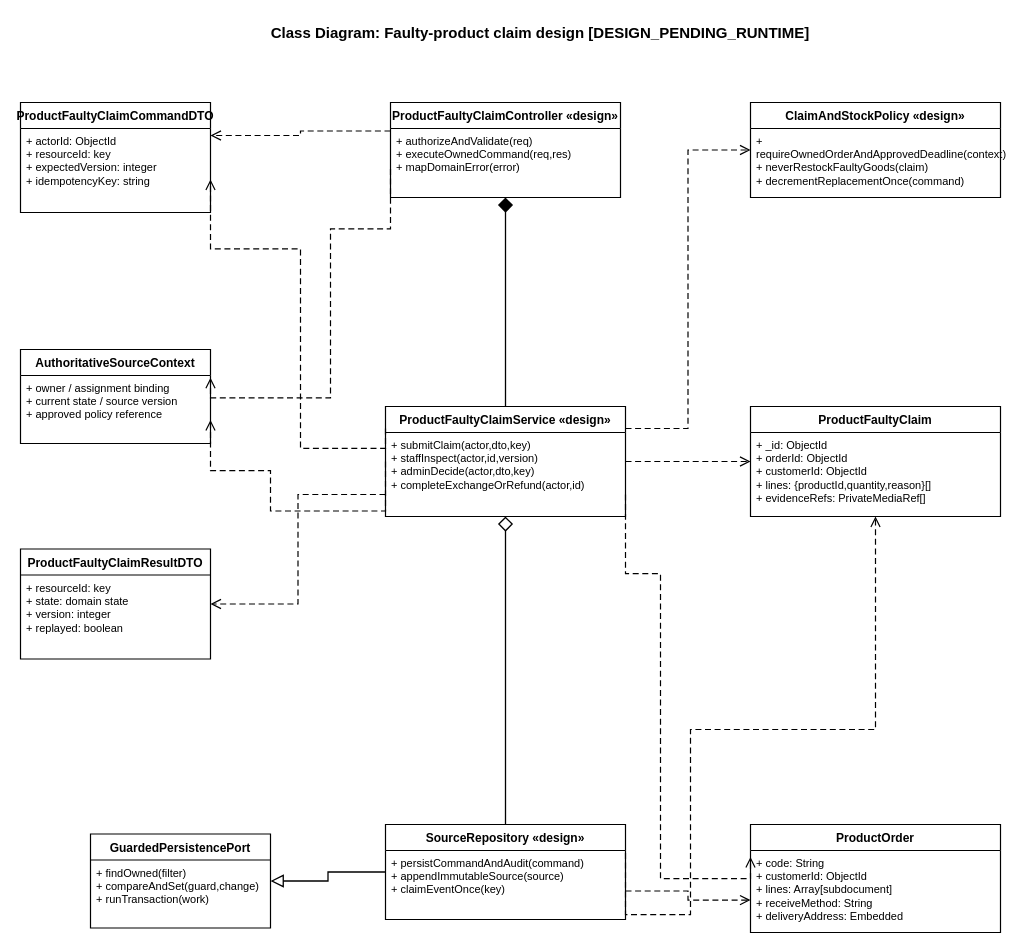
ngocthanhhx7/SEP490_G101_FALL2026 keeps this draw.io diagram as page "Faulty-product claim design — DESIGN_PENDING_RUNTIME" (2 of 2) of doc/reports/report4/class/class-productsales.drawio. Above is the earlier version. Source tidied: cells renumbered, new cells numbered last; positions are measured from the earlier drawing's top-left corner, leaving out a move shared by most shapes. Both pictures are drawn from the tidied source at 100%, with x=0, y=0 at pixel (20, 16).
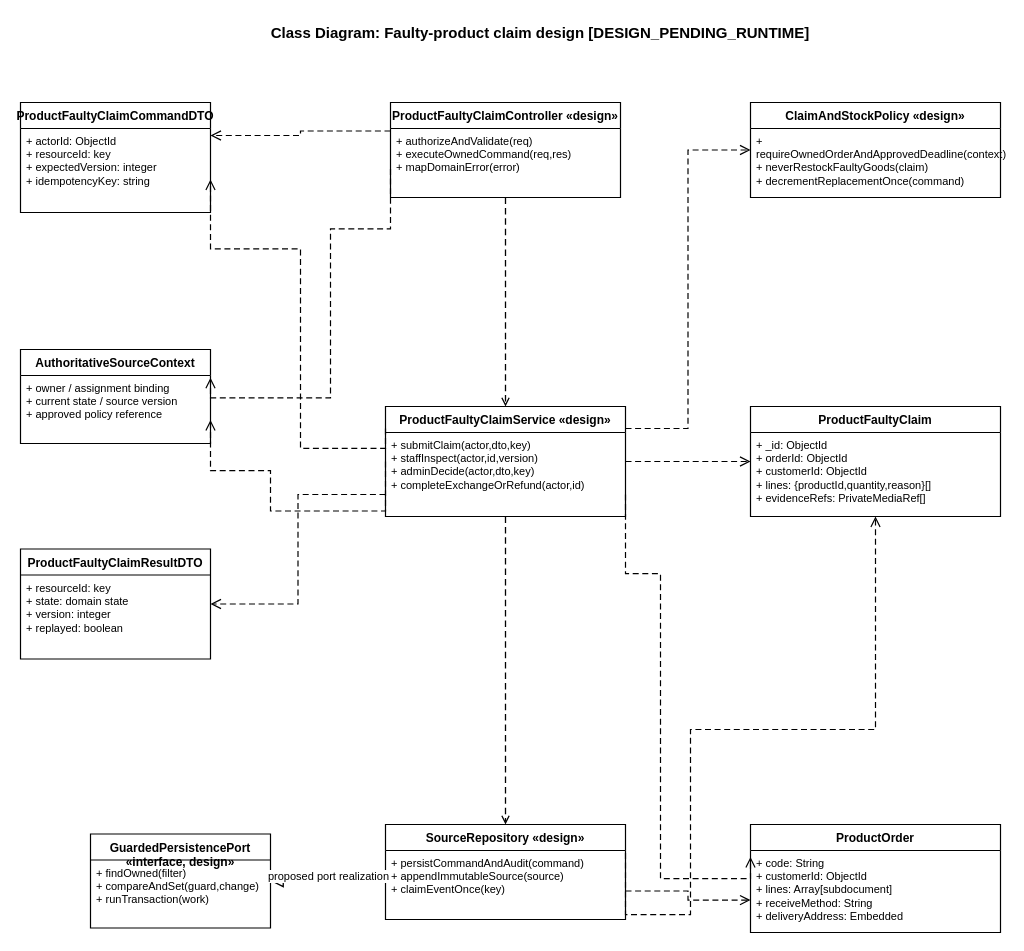
After the change.

The change refers to these unchanged cells:
```xml
<mxCell id="11" value="ProductFaultyClaimController «design»" style="swimlane;fontStyle=1;align=center;verticalAlign=top;horizontal=1;startSize=26;html=1;whiteSpace=wrap;fillColor=#FFFFFF;strokeColor=#000000;strokeWidth=1.2;" parent="1" vertex="1">
  <mxGeometry x="370" y="86" width="230" height="95" as="geometry" />
</mxCell>
<mxCell id="13" value="ProductFaultyClaimService «design»" style="swimlane;fontStyle=1;align=center;verticalAlign=top;horizontal=1;startSize=26;html=1;whiteSpace=wrap;fillColor=#FFFFFF;strokeColor=#000000;strokeWidth=1.2;" parent="1" vertex="1">
  <mxGeometry x="365" y="390" width="240" height="110" as="geometry" />
</mxCell>
<mxCell id="15" value="SourceRepository «design»" style="swimlane;fontStyle=1;align=center;verticalAlign=top;horizontal=1;startSize=26;html=1;whiteSpace=wrap;fillColor=#FFFFFF;strokeColor=#000000;strokeWidth=1.2;" parent="1" vertex="1">
  <mxGeometry x="365" y="808" width="240" height="95" as="geometry" />
</mxCell>
```

The edit, as a diff of the source:
```diff
@@
-    <mxCell id="9" value="GuardedPersistencePort" style="swimlane;fontStyle=1;align=center;verticalAlign=top;horizontal=1;startSize=26;html=1;whiteSpace=wrap;fillColor=#FFFFFF;strokeColor=#000000;strokeWidth=1.2;" parent="1" vertex="1">
+    <mxCell id="9" value="GuardedPersistencePort «interface, design»" style="swimlane;fontStyle=1;align=center;verticalAlign=top;horizontal=1;startSize=26;html=1;whiteSpace=wrap;fillColor=#FFFFFF;strokeColor=#000000;strokeWidth=1.2;" parent="1" vertex="1">
       <mxGeometry x="70" y="817.5" width="180" height="94" as="geometry" />
     </mxCell>
@@
-    <mxCell id="23" style="edgeStyle=orthogonalEdgeStyle;rounded=0;jettySize=auto;html=1;startArrow=diamond;startFill=1;startSize=12;endArrow=none;strokeColor=#000000;strokeWidth=1.3;exitX=0.5;exitY=1;exitDx=0;exitDy=0;entryX=0.5;entryY=0;entryDx=0;entryDy=0;" parent="1" edge="1" source="11" target="13">
+    <mxCell id="23" style="edgeStyle=orthogonalEdgeStyle;rounded=0;jettySize=auto;html=1;strokeColor=#000000;strokeWidth=1.3;exitX=0.5;exitY=1;exitDx=0;exitDy=0;entryX=0.5;entryY=0;entryDx=0;entryDy=0;startArrow=none;endArrow=open;dashed=1;dashPattern=5 3;" parent="1" edge="1" source="11" target="13">
       <mxGeometry relative="1" as="geometry" />
     </mxCell>
-    <mxCell id="24" style="edgeStyle=orthogonalEdgeStyle;rounded=0;jettySize=auto;html=1;startArrow=diamond;startFill=0;startSize=12;endArrow=none;strokeColor=#000000;strokeWidth=1.3;exitX=0.5;exitY=1;exitDx=0;exitDy=0;entryX=0.5;entryY=0;entryDx=0;entryDy=0;" parent="1" edge="1" source="13" target="15">
+    <mxCell id="24" style="edgeStyle=orthogonalEdgeStyle;rounded=0;jettySize=auto;html=1;strokeColor=#000000;strokeWidth=1.3;exitX=0.5;exitY=1;exitDx=0;exitDy=0;entryX=0.5;entryY=0;entryDx=0;entryDy=0;startArrow=none;endArrow=open;dashed=1;dashPattern=5 3;" parent="1" edge="1" source="13" target="15">
       <mxGeometry relative="1" as="geometry" />
     </mxCell>
-    <mxCell id="25" style="edgeStyle=orthogonalEdgeStyle;rounded=0;jettySize=auto;html=1;endArrow=block;endFill=0;endSize=10;strokeColor=#000000;strokeWidth=1.3;exitX=0;exitY=0.5;exitDx=0;exitDy=0;entryX=1;entryY=0.5;entryDx=0;entryDy=0;" parent="1" edge="1" source="15" target="9">
+    <mxCell id="25" value="proposed port realization" style="edgeStyle=orthogonalEdgeStyle;rounded=0;jettySize=auto;html=1;endArrow=block;endFill=0;endSize=10;strokeColor=#000000;strokeWidth=1.3;exitX=0;exitY=0.5;exitDx=0;exitDy=0;entryX=1;entryY=0.5;entryDx=0;entryDy=0;dashed=1;dashPattern=5 3;" parent="1" edge="1" source="15" target="9">
       <mxGeometry relative="1" as="geometry" />
     </mxCell>
```
